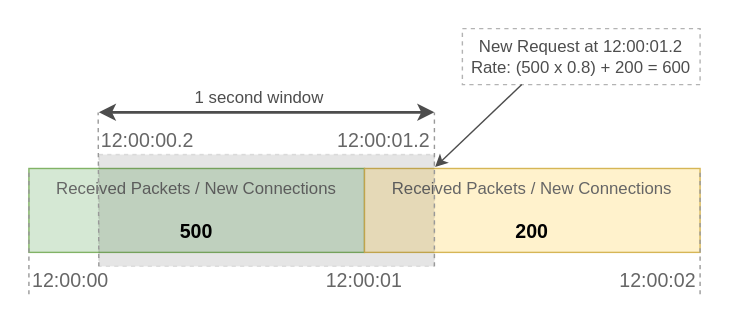
gsalomao/maxmq keeps this draw.io diagram as docs/assets/sliding-window-counter.svg. Above is the earlier version. Source tidied: cells renumbered, new cells last; positions are measured from the earlier drawing's top-left corner, leaving out a move shared by most shapes. Its diagram source:
```xml
<mxGraphModel>
  <root>
    <mxCell id="0" />
    <mxCell id="1" parent="0" />
    <mxCell id="2" style="rounded=0;whiteSpace=wrap;html=1;dashed=1;strokeColor=none;fontSize=12;fontColor=#4D4D4D;fillColor=#FFFFFF;" parent="1" vertex="1">
      <mxGeometry width="520" height="230" as="geometry" />
    </mxCell>
    <mxCell id="3" style="rounded=0;whiteSpace=wrap;html=1;fillColor=#d5e8d4;strokeColor=#82b366;" parent="1" vertex="1">
      <mxGeometry x="20" y="120" width="240" height="60" as="geometry" />
    </mxCell>
    <mxCell id="4" style="rounded=0;whiteSpace=wrap;html=1;fillColor=#fff2cc;strokeColor=#d6b656;" parent="1" vertex="1">
      <mxGeometry x="260" y="120" width="240" height="60" as="geometry" />
    </mxCell>
    <mxCell id="5" value="Received Packets / New Connections" style="text;html=1;strokeColor=none;fillColor=none;align=center;verticalAlign=middle;whiteSpace=wrap;rounded=0;fontColor=#666666;" parent="1" vertex="1">
      <mxGeometry x="20" y="120" width="240" height="30" as="geometry" />
    </mxCell>
    <mxCell id="6" value="Received Packets / New Connections" style="text;html=1;strokeColor=none;fillColor=none;align=center;verticalAlign=middle;whiteSpace=wrap;rounded=0;fontColor=#666666;" parent="1" vertex="1">
      <mxGeometry x="260" y="120" width="240" height="30" as="geometry" />
    </mxCell>
    <mxCell id="7" value="500" style="text;html=1;strokeColor=none;fillColor=none;align=center;verticalAlign=middle;whiteSpace=wrap;rounded=0;fontSize=14;fontStyle=1;" parent="1" vertex="1">
      <mxGeometry x="20" y="150" width="240" height="30" as="geometry" />
    </mxCell>
    <mxCell id="8" value="200" style="text;html=1;strokeColor=none;fillColor=none;align=center;verticalAlign=middle;whiteSpace=wrap;rounded=0;fontSize=14;fontStyle=1;" parent="1" vertex="1">
      <mxGeometry x="260" y="150" width="240" height="30" as="geometry" />
    </mxCell>
    <mxCell id="9" value="12:00:00" style="text;html=1;strokeColor=none;fillColor=none;align=center;verticalAlign=middle;whiteSpace=wrap;rounded=0;fontSize=14;fontColor=#666666;" parent="1" vertex="1">
      <mxGeometry x="20" y="190" width="60" height="20" as="geometry" />
    </mxCell>
    <mxCell id="10" value="12:00:02" style="text;html=1;strokeColor=none;fillColor=none;align=center;verticalAlign=middle;whiteSpace=wrap;rounded=0;fontSize=14;fontColor=#666666;" parent="1" vertex="1">
      <mxGeometry x="440" y="190" width="60" height="20" as="geometry" />
    </mxCell>
    <mxCell id="11" value="12:00:00.2" style="text;html=1;strokeColor=none;fillColor=none;align=center;verticalAlign=middle;whiteSpace=wrap;rounded=0;fontSize=14;fontColor=#666666;" parent="1" vertex="1">
      <mxGeometry x="70" y="90" width="70" height="20" as="geometry" />
    </mxCell>
    <mxCell id="12" style="endArrow=classic;startArrow=classic;html=1;rounded=0;fontSize=14;fontColor=#666666;strokeWidth=2;strokeColor=#4D4D4D;" parent="1" edge="1">
      <mxGeometry relative="1" as="geometry">
        <mxPoint x="70" y="79.8" as="sourcePoint" />
        <mxPoint x="310" y="79.8" as="targetPoint" />
      </mxGeometry>
    </mxCell>
    <mxCell id="13" value="1 second window" style="text;html=1;strokeColor=none;fillColor=none;align=center;verticalAlign=middle;whiteSpace=wrap;rounded=0;fontSize=12;fontStyle=0;fontColor=#4D4D4D;" parent="1" vertex="1">
      <mxGeometry x="70" y="60" width="230" height="20" as="geometry" />
    </mxCell>
    <mxCell id="14" value="New Request at 12:00:01.2&lt;br&gt;Rate: (500 x 0.8) + 200 = 600" style="text;html=1;strokeColor=#B3B3B3;fillColor=none;align=center;verticalAlign=middle;whiteSpace=wrap;rounded=0;fontSize=12;fontStyle=0;fontColor=#4D4D4D;dashed=1;" parent="1" vertex="1">
      <mxGeometry x="330" y="20" width="170" height="40" as="geometry" />
    </mxCell>
    <mxCell id="15" style="endArrow=none;startArrow=classic;html=1;rounded=0;fontSize=14;fontColor=#666666;strokeWidth=1;strokeColor=#4D4D4D;exitX=1.002;exitY=0.112;exitDx=0;exitDy=0;exitPerimeter=0;startFill=1;endFill=0;entryX=0.25;entryY=1;entryDx=0;entryDy=0;" parent="1" edge="1" source="16" target="14">
      <mxGeometry relative="1" as="geometry" />
    </mxCell>
    <mxCell id="16" style="rounded=0;whiteSpace=wrap;html=1;fontSize=14;fontColor=#666666;opacity=10;dashed=1;fillColor=#000000;" parent="1" vertex="1">
      <mxGeometry x="70" y="110" width="240" height="80" as="geometry" />
    </mxCell>
    <mxCell id="17" style="endArrow=none;dashed=1;html=1;strokeWidth=1;rounded=0;strokeColor=#999999;fontSize=12;fontColor=#4D4D4D;exitX=0;exitY=1;exitDx=0;exitDy=0;" parent="1" edge="1" source="9">
      <mxGeometry relative="1" as="geometry">
        <mxPoint x="20" y="120" as="targetPoint" />
      </mxGeometry>
    </mxCell>
    <mxCell id="18" style="endArrow=none;dashed=1;html=1;strokeWidth=1;rounded=0;strokeColor=#999999;fontSize=12;fontColor=#4D4D4D;exitX=0;exitY=1;exitDx=0;exitDy=0;" parent="1" edge="1" source="16">
      <mxGeometry relative="1" as="geometry">
        <mxPoint x="69.5" y="80" as="targetPoint" />
      </mxGeometry>
    </mxCell>
    <mxCell id="19" value="12:00:01" style="text;html=1;strokeColor=none;fillColor=none;align=center;verticalAlign=middle;whiteSpace=wrap;rounded=0;fontSize=14;fontColor=#666666;" parent="1" vertex="1">
      <mxGeometry x="230" y="190" width="60" height="20" as="geometry" />
    </mxCell>
    <mxCell id="20" style="endArrow=none;dashed=1;html=1;strokeWidth=1;rounded=0;strokeColor=#999999;fontSize=12;fontColor=#4D4D4D;exitX=0;exitY=1;exitDx=0;exitDy=0;" parent="1" edge="1">
      <mxGeometry relative="1" as="geometry">
        <mxPoint x="500" y="210" as="sourcePoint" />
        <mxPoint x="500" y="120" as="targetPoint" />
      </mxGeometry>
    </mxCell>
    <mxCell id="21" style="endArrow=none;dashed=1;html=1;strokeWidth=1;rounded=0;strokeColor=#999999;fontSize=12;fontColor=#4D4D4D;exitX=1;exitY=1;exitDx=0;exitDy=0;" parent="1" edge="1" source="16">
      <mxGeometry relative="1" as="geometry">
        <mxPoint x="310" y="80" as="targetPoint" />
      </mxGeometry>
    </mxCell>
    <mxCell id="22" value="12:00:01.2" style="text;html=1;strokeColor=none;fillColor=none;align=center;verticalAlign=middle;whiteSpace=wrap;rounded=0;fontSize=14;fontColor=#666666;" parent="1" vertex="1">
      <mxGeometry x="244" y="90" width="60" height="20" as="geometry" />
    </mxCell>
  </root>
</mxGraphModel>
```
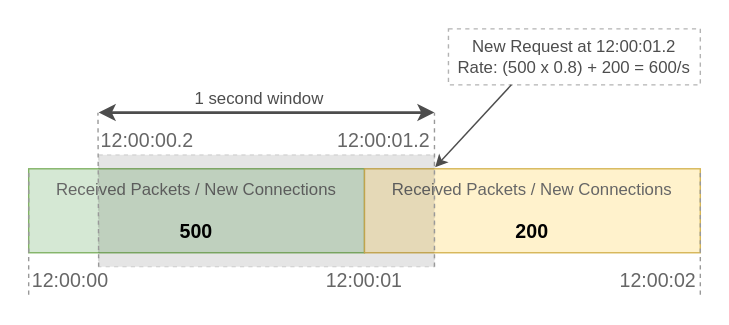
The same file after the commit.

Change to the diagram source:
```diff
@@ -41,8 +41,8 @@
     <mxCell id="13" value="1 second window" style="text;html=1;strokeColor=none;fillColor=none;align=center;verticalAlign=middle;whiteSpace=wrap;rounded=0;fontSize=12;fontStyle=0;fontColor=#4D4D4D;" parent="1" vertex="1">
       <mxGeometry x="70" y="60" width="230" height="20" as="geometry" />
     </mxCell>
-    <mxCell id="14" value="New Request at 12:00:01.2&lt;br&gt;Rate: (500 x 0.8) + 200 = 600" style="text;html=1;strokeColor=#B3B3B3;fillColor=none;align=center;verticalAlign=middle;whiteSpace=wrap;rounded=0;fontSize=12;fontStyle=0;fontColor=#4D4D4D;dashed=1;" parent="1" vertex="1">
-      <mxGeometry x="330" y="20" width="170" height="40" as="geometry" />
+    <mxCell id="14" value="New Request at 12:00:01.2&lt;br&gt;Rate: (500 x 0.8) + 200 = 600/s" style="text;html=1;strokeColor=#B3B3B3;fillColor=none;align=center;verticalAlign=middle;whiteSpace=wrap;rounded=0;fontSize=12;fontStyle=0;fontColor=#4D4D4D;dashed=1;" parent="1" vertex="1">
+      <mxGeometry x="320" y="20" width="180" height="40" as="geometry" />
     </mxCell>
     <mxCell id="15" style="endArrow=none;startArrow=classic;html=1;rounded=0;fontSize=14;fontColor=#666666;strokeWidth=1;strokeColor=#4D4D4D;exitX=1.002;exitY=0.112;exitDx=0;exitDy=0;exitPerimeter=0;startFill=1;endFill=0;entryX=0.25;entryY=1;entryDx=0;entryDy=0;" parent="1" edge="1" source="16" target="14">
       <mxGeometry relative="1" as="geometry" />
```
